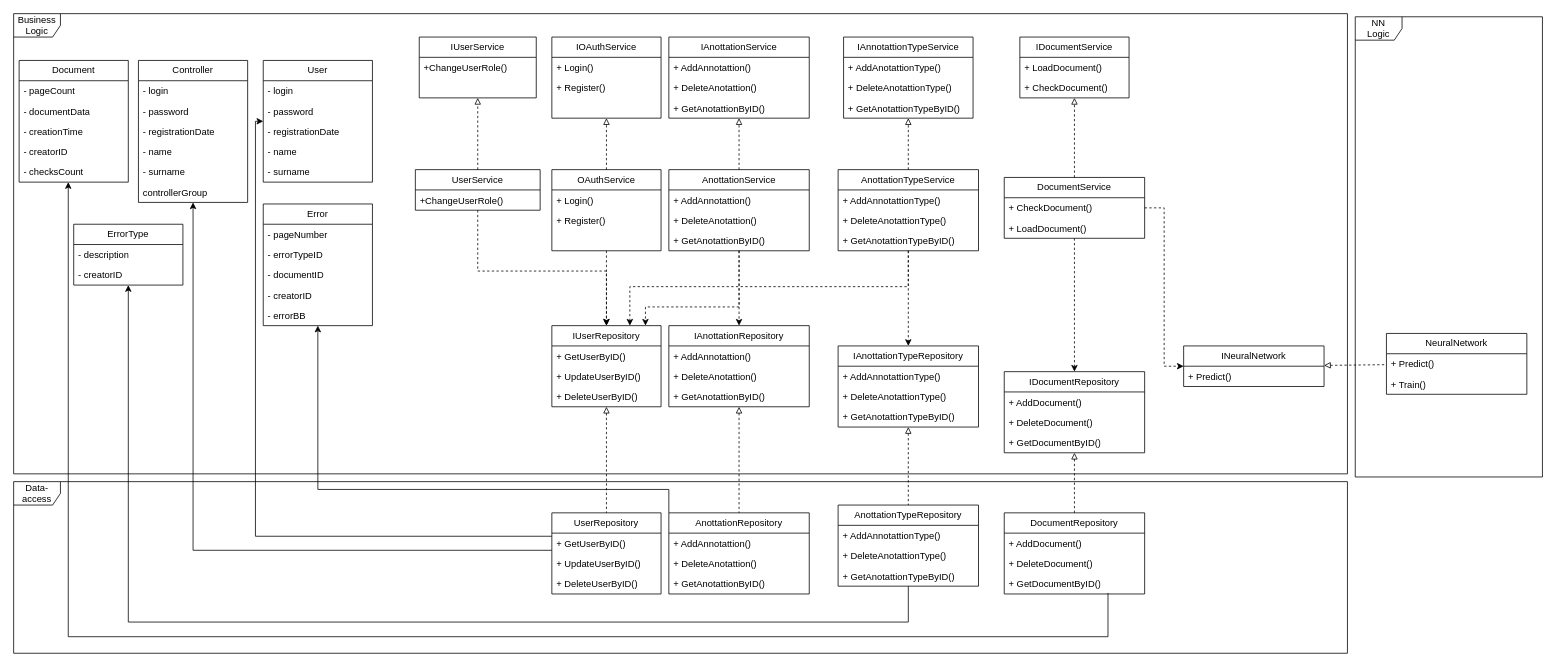
needsomesleeptd/PPO keeps this draw.io diagram as page "class_diag" (2 of 2) of schemes/PPO_components_2.drawio. Above is the earlier version. Source tidied: cells renumbered, new cells numbered last; positions are measured from the earlier drawing's top-left corner, leaving out a move shared by most shapes. Both pictures are drawn from the tidied source at 78%, with x=0, y=0 at pixel (13, 13).
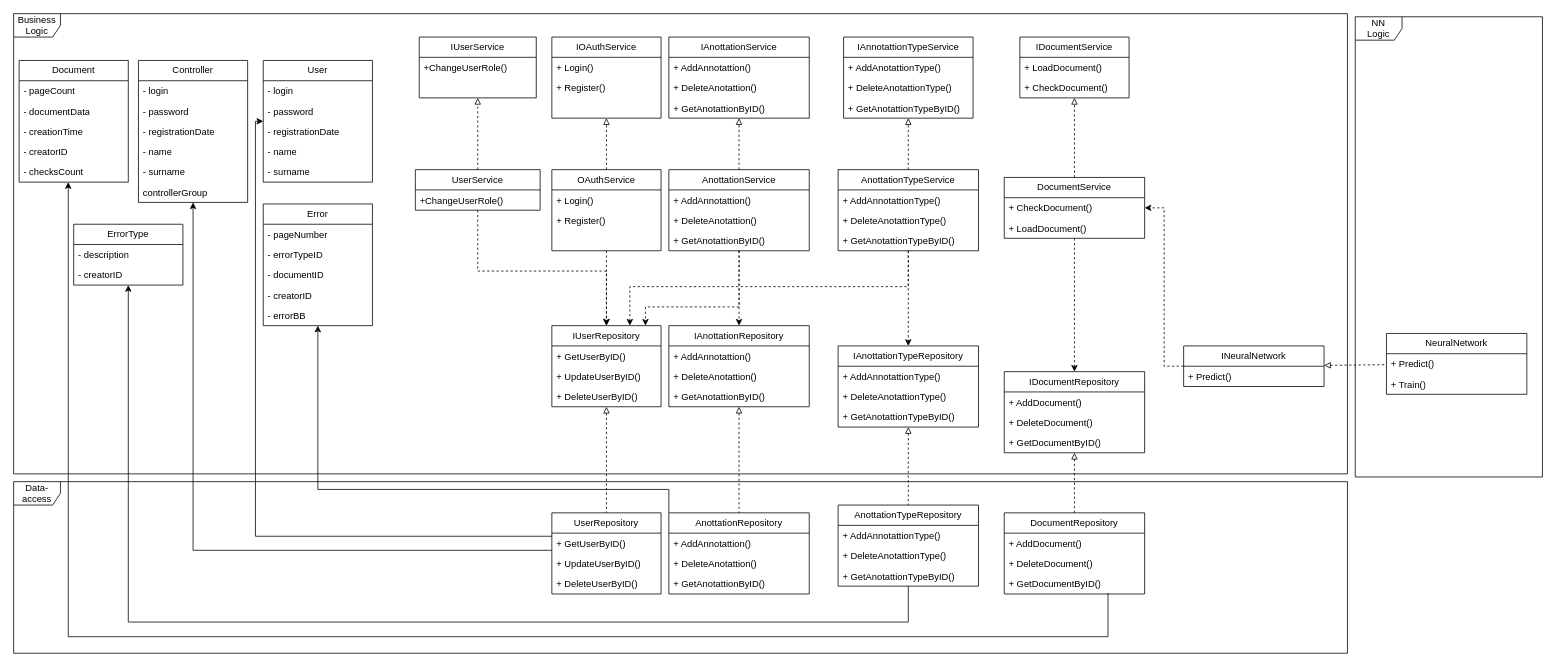
After the change.

Unchanged cells that the change refers to:
```xml
<mxCell id="47" value="DocumentService" style="swimlane;fontStyle=0;horizontal=1;startSize=26;fillColor=none;whiteSpace=wrap;html=1;" parent="1" vertex="1">
  <mxGeometry x="1270" y="210" width="180" height="78" as="geometry" />
</mxCell>
<mxCell id="51" value="INeuralNetwork" style="swimlane;fontStyle=0;horizontal=1;startSize=26;fillColor=none;whiteSpace=wrap;html=1;" parent="1" vertex="1">
  <mxGeometry x="1500" y="426" width="180" height="52" as="geometry" />
</mxCell>
```

What changed in the source:
```diff
@@
-    <mxCell id="61" style="endArrow=classic;html=1;rounded=0;dashed=1;endFill=1;startArrow=none;startFill=0;edgeStyle=elbowEdgeStyle;" parent="1" edge="1" source="47" target="51">
+    <mxCell id="61" style="endArrow=classic;html=1;rounded=0;dashed=1;endFill=1;startArrow=none;startFill=0;edgeStyle=elbowEdgeStyle;" parent="1" edge="1" source="51" target="47">
       <mxGeometry relative="1" as="geometry" />
     </mxCell>
```
